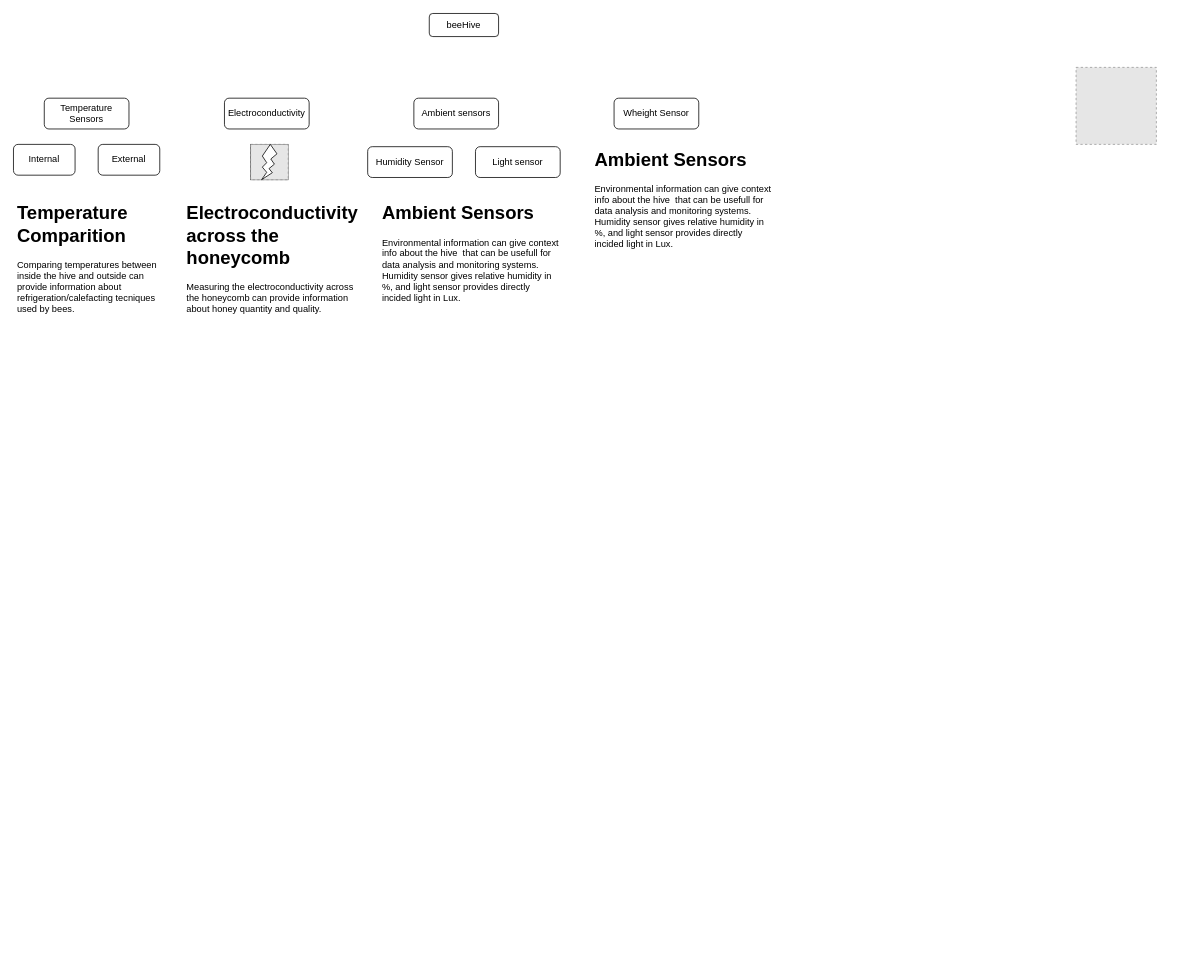
Above: Diagrama sin título.drawio in arquero99/beHive (draw.io), before the change. Source tidied: cells renumbered, new cells numbered last; positions are measured from the earlier drawing's top-left corner, leaving out a move shared by most shapes. Both pictures are drawn from the tidied source at 77%, with x=0, y=0 at pixel (13, 13). Pictures stored in the file or linked from it are replaced by grey dashed boxes.
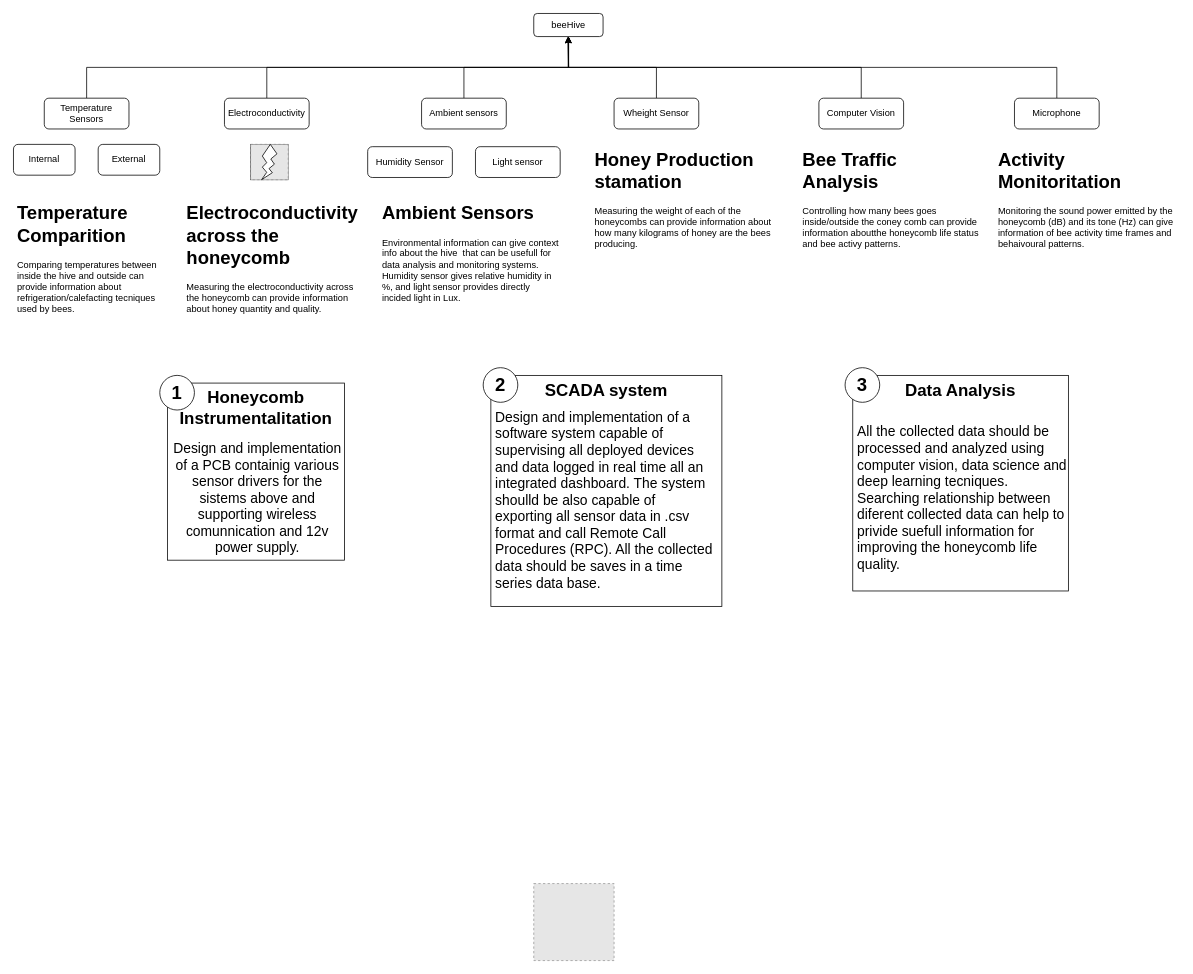
Above is the later version.

Unchanged cells that the change refers to:
```xml
<mxCell id="4" value="Temperature Sensors" style="rounded=1;whiteSpace=wrap;html=1;" parent="1" vertex="1">
  <mxGeometry x="40" y="110" width="110" height="40" as="geometry" />
</mxCell>
<mxCell id="8" value="Electroconductivity" style="rounded=1;whiteSpace=wrap;html=1;" parent="1" vertex="1">
  <mxGeometry x="274" y="110" width="110" height="40" as="geometry" />
</mxCell>
<mxCell id="18" value="Wheight Sensor" style="rounded=1;whiteSpace=wrap;html=1;" parent="1" vertex="1">
  <mxGeometry x="780" y="110" width="110" height="40" as="geometry" />
</mxCell>
```

Diff of the diagram source:
```diff
@@
     <mxCell id="2" style="fillColor=#E6E6E6;strokeColor=#999999;dashed=1;verticalLabelPosition=bottom;labelBackgroundColor=default;verticalAlign=top;" parent="1" vertex="1">
-      <mxGeometry x="1380" y="70" width="104.3" height="100" as="geometry" />
+      <mxGeometry x="675.7" y="1130" width="104.3" height="100" as="geometry" />
     </mxCell>
     <mxCell id="3" value="beeHive" style="rounded=1;whiteSpace=wrap;html=1;" parent="1" vertex="1">
-      <mxGeometry x="540" width="90" height="30" as="geometry" />
+      <mxGeometry x="675.7" width="90" height="30" as="geometry" />
     </mxCell>
+    <mxCell id="20" style="edgeStyle=orthogonalEdgeStyle;rounded=0;jettySize=auto;html=1;exitX=0.5;exitY=0;exitDx=0;exitDy=0;entryX=0.5;entryY=1;entryDx=0;entryDy=0;" parent="1" edge="1" source="4" target="3">
+      <mxGeometry relative="1" as="geometry" />
+    </mxCell>
@@
+    <mxCell id="21" style="edgeStyle=orthogonalEdgeStyle;rounded=0;jettySize=auto;html=1;exitX=0.5;exitY=0;exitDx=0;exitDy=0;entryX=0.5;entryY=1;entryDx=0;entryDy=0;" parent="1" edge="1" source="8" target="3">
+      <mxGeometry relative="1" as="geometry" />
+    </mxCell>
@@
+    <mxCell id="22" style="edgeStyle=orthogonalEdgeStyle;rounded=0;jettySize=auto;html=1;" parent="1" edge="1" source="16" target="3">
+      <mxGeometry relative="1" as="geometry">
+        <Array as="points">
+          <mxPoint x="585" y="70" />
+          <mxPoint x="721" y="70" />
+        </Array>
+      </mxGeometry>
+    </mxCell>
     <mxCell id="16" value="Ambient sensors" style="rounded=1;whiteSpace=wrap;html=1;" parent="1" vertex="1">
-      <mxGeometry x="520" y="110" width="110" height="40" as="geometry" />
+      <mxGeometry x="530" y="110" width="110" height="40" as="geometry" />
     </mxCell>
@@
+    <mxCell id="23" style="edgeStyle=orthogonalEdgeStyle;rounded=0;jettySize=auto;html=1;entryX=0.5;entryY=1;entryDx=0;entryDy=0;" parent="1" edge="1" source="18" target="3">
+      <mxGeometry relative="1" as="geometry">
+        <Array as="points">
+          <mxPoint x="835" y="70" />
+          <mxPoint x="721" y="70" />
+        </Array>
+      </mxGeometry>
+    </mxCell>
@@
-    <mxCell id="19" value="&lt;h1&gt;Ambient Sensors&amp;nbsp;&lt;/h1&gt;&lt;div&gt;Environmental information can give context info about the hive&amp;nbsp; that can be usefull for data analysis and monitoring systems.&lt;/div&gt;&lt;div&gt;Humidity sensor gives relative humidity in %, and light sensor provides directly incided light in Lux.&lt;/div&gt;" style="text;html=1;strokeColor=none;fillColor=none;spacing=5;spacingTop=-20;whiteSpace=wrap;overflow=hidden;rounded=0;" parent="1" vertex="1">
+    <mxCell id="19" value="&lt;h1&gt;Honey Production stamation&amp;nbsp;&lt;/h1&gt;&lt;div&gt;Measuring the weight of each of the honeycombs can provide information about how many kilograms of honey are the bees producing.&lt;/div&gt;" style="text;html=1;strokeColor=none;fillColor=none;spacing=5;spacingTop=-20;whiteSpace=wrap;overflow=hidden;rounded=0;" parent="1" vertex="1">
       <mxGeometry x="750" y="170" width="240" height="180" as="geometry" />
     </mxCell>
+    <mxCell id="24" style="edgeStyle=orthogonalEdgeStyle;rounded=0;jettySize=auto;html=1;" parent="1" edge="1" source="25">
+      <mxGeometry relative="1" as="geometry">
+        <mxPoint x="720" y="30" as="targetPoint" />
+        <Array as="points">
+          <mxPoint x="1101" y="70" />
+          <mxPoint x="721" y="70" />
+          <mxPoint x="721" y="30" />
+        </Array>
+      </mxGeometry>
+    </mxCell>
+    <mxCell id="25" value="Computer Vision" style="rounded=1;whiteSpace=wrap;html=1;" parent="1" vertex="1">
+      <mxGeometry x="1046" y="110" width="110" height="40" as="geometry" />
+    </mxCell>
+    <mxCell id="26" value="&lt;h1&gt;Bee Traffic Analysis&amp;nbsp;&lt;/h1&gt;&lt;div&gt;Controlling how many bees goes inside/outside the coney comb can provide information aboutthe honeycomb life status and bee activy patterns.&amp;nbsp;&lt;/div&gt;" style="text;html=1;strokeColor=none;fillColor=none;spacing=5;spacingTop=-20;whiteSpace=wrap;overflow=hidden;rounded=0;" parent="1" vertex="1">
+      <mxGeometry x="1020" y="170" width="240" height="180" as="geometry" />
+    </mxCell>
+    <mxCell id="27" style="edgeStyle=orthogonalEdgeStyle;rounded=0;jettySize=auto;html=1;entryX=0.5;entryY=1;entryDx=0;entryDy=0;" parent="1" edge="1" source="28" target="3">
+      <mxGeometry relative="1" as="geometry">
+        <Array as="points">
+          <mxPoint x="1355" y="70" />
+          <mxPoint x="721" y="70" />
+        </Array>
+      </mxGeometry>
+    </mxCell>
+    <mxCell id="28" value="Microphone" style="rounded=1;whiteSpace=wrap;html=1;" parent="1" vertex="1">
+      <mxGeometry x="1300" y="110" width="110" height="40" as="geometry" />
+    </mxCell>
+    <mxCell id="29" value="&lt;h1&gt;Activity Monitoritation&amp;nbsp;&lt;/h1&gt;&lt;div&gt;Monitoring the sound power emitted by the honeycomb (dB) and its tone (Hz) can give information of bee activity time frames and behaivoural patterns.&lt;/div&gt;" style="text;html=1;strokeColor=none;fillColor=none;spacing=5;spacingTop=-20;whiteSpace=wrap;overflow=hidden;rounded=0;" parent="1" vertex="1">
+      <mxGeometry x="1274" y="170" width="240" height="180" as="geometry" />
+    </mxCell>
+    <mxCell id="30" value="Honeycomb Instrumentalitation" style="whiteSpace=wrap;html=1;fontStyle=1;verticalAlign=top;fontSize=22;" parent="1" vertex="1">
+      <mxGeometry x="200" y="480" width="230" height="230" as="geometry" />
+    </mxCell>
+    <mxCell id="31" value="&lt;font style=&quot;font-size: 24px;&quot;&gt;&lt;b&gt;1&lt;/b&gt;&lt;/font&gt;" style="ellipse;whiteSpace=wrap;html=1;" parent="1" vertex="1">
+      <mxGeometry x="190" y="470" width="45" height="45" as="geometry" />
+    </mxCell>
+    <mxCell id="32" value="&lt;font style=&quot;font-size: 18px;&quot;&gt;Design and implementation of a PCB containig various sensor drivers for the sistems above and supporting wireless comunnication and 12v power supply.&lt;/font&gt;" style="text;html=1;strokeColor=none;fillColor=none;align=center;verticalAlign=middle;whiteSpace=wrap;rounded=0;" parent="1" vertex="1">
+      <mxGeometry x="204" y="550" width="226" height="160" as="geometry" />
+    </mxCell>
+    <mxCell id="33" value="SCADA system" style="whiteSpace=wrap;html=1;fontStyle=1;verticalAlign=top;fontSize=22;" parent="1" vertex="1">
+      <mxGeometry x="620" y="470" width="300" height="300" as="geometry" />
+    </mxCell>
+    <mxCell id="34" value="&lt;font style=&quot;font-size: 24px;&quot;&gt;&lt;b&gt;2&lt;/b&gt;&lt;/font&gt;" style="ellipse;whiteSpace=wrap;html=1;" parent="1" vertex="1">
+      <mxGeometry x="610" y="460" width="45" height="45" as="geometry" />
+    </mxCell>
+    <mxCell id="35" value="&lt;font style=&quot;font-size: 18px;&quot;&gt;Design and implementation of a software system capable of supervising all deployed devices and data logged in real time all an integrated dashboard. The system shoulld be also capable of exporting all sensor data in .csv format and call Remote Call Procedures (RPC). All the collected data should be saves in a time series data base.&lt;/font&gt;" style="text;html=1;strokeColor=none;fillColor=none;align=left;verticalAlign=middle;whiteSpace=wrap;rounded=0;" parent="1" vertex="1">
+      <mxGeometry x="624" y="505" width="286" height="255" as="geometry" />
+    </mxCell>
+    <mxCell id="36" value="Data Analysis" style="whiteSpace=wrap;html=1;fontStyle=1;verticalAlign=top;fontSize=22;" parent="1" vertex="1">
+      <mxGeometry x="1090" y="470" width="280" height="280" as="geometry" />
+    </mxCell>
+    <mxCell id="37" value="&lt;font style=&quot;font-size: 24px;&quot;&gt;&lt;b&gt;3&lt;/b&gt;&lt;/font&gt;" style="ellipse;whiteSpace=wrap;html=1;" parent="1" vertex="1">
+      <mxGeometry x="1080" y="460" width="45" height="45" as="geometry" />
+    </mxCell>
+    <mxCell id="38" value="&lt;span style=&quot;font-size: 18px;&quot;&gt;All the collected data should be processed and analyzed using computer vision, data science and deep learning tecniques. Searching relationship between diferent collected data can help to privide suefull information for improving the honeycomb life quality.&lt;/span&gt;" style="text;html=1;strokeColor=none;fillColor=none;align=left;verticalAlign=middle;whiteSpace=wrap;rounded=0;" parent="1" vertex="1">
+      <mxGeometry x="1094" y="520" width="276" height="220" as="geometry" />
+    </mxCell>
```
